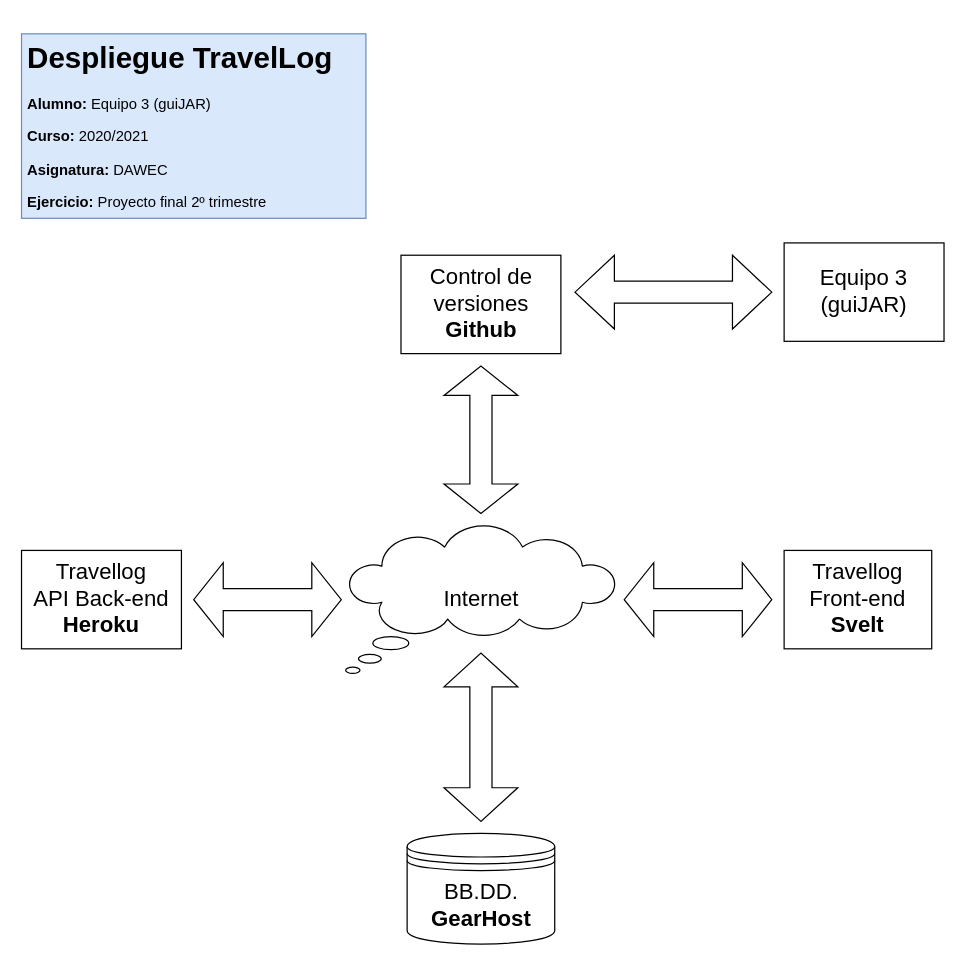
Above: doc/Despliegue.drawio in antonio-aguilar/Proyecto-DWEC (draw.io), before the change. Source tidied: cells renumbered, new cells numbered last; positions are measured from the earlier drawing's top-left corner, leaving out a move shared by most shapes. Both pictures are drawn from the tidied source at 123%, with x=0, y=0 at pixel (21, 33).
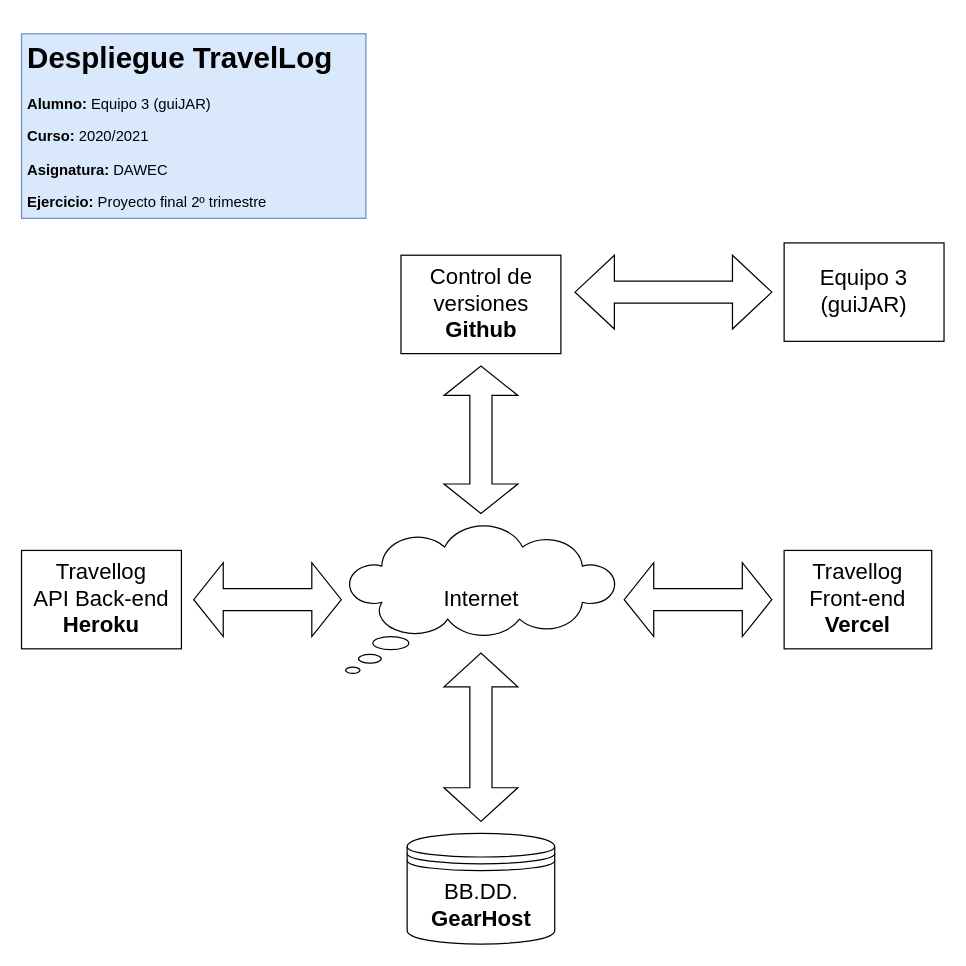
Above is the later version.

The edit, as a diff of the source:
```diff
@@
 <mxGraphModel>
   <root>
     <mxCell id="0" />
     <mxCell id="1" parent="0" />
     <mxCell id="2" value="&lt;h1&gt;Despliegue TravelLog&lt;/h1&gt;&lt;p&gt;&lt;b&gt;Alumno:&lt;/b&gt; Equipo 3 (guiJAR)&lt;/p&gt;&lt;p&gt;&lt;b&gt;Curso:&amp;nbsp;&lt;/b&gt;2020/2021&lt;/p&gt;&lt;p&gt;&lt;b&gt;Asignatura:&lt;/b&gt;&amp;nbsp;DAWEC&lt;/p&gt;&lt;p&gt;&lt;b&gt;Ejercicio:&lt;/b&gt;&amp;nbsp;Proyecto final 2º trimestre&lt;br&gt;&lt;br&gt;&lt;/p&gt;" style="text;html=1;strokeColor=#6c8ebf;fillColor=#dae8fc;spacing=5;spacingTop=-20;whiteSpace=wrap;overflow=hidden;rounded=0;" parent="1" vertex="1">
       <mxGeometry width="280" height="150" as="geometry" />
     </mxCell>
     <mxCell id="3" value="&lt;font style=&quot;font-size: 18px&quot;&gt;Internet&lt;/font&gt;" style="whiteSpace=wrap;html=1;shape=mxgraph.basic.cloud_callout;" parent="1" vertex="1">
       <mxGeometry x="263.5" y="400" width="220" height="120" as="geometry" />
     </mxCell>
     <mxCell id="4" value="&lt;font style=&quot;font-size: 18px&quot;&gt;BB.DD.&lt;br&gt;&lt;b&gt;GearHost&lt;/b&gt;&lt;/font&gt;" style="shape=datastore;whiteSpace=wrap;html=1;" parent="1" vertex="1">
       <mxGeometry x="313.5" y="650" width="120" height="90" as="geometry" />
     </mxCell>
     <mxCell id="5" value="&lt;font style=&quot;font-size: 18px&quot;&gt;Travellog&lt;br&gt;API Back-end&lt;br&gt;&lt;b&gt;Heroku&lt;/b&gt;&lt;/font&gt;" style="whiteSpace=wrap;html=1;align=center;newEdgeStyle={&quot;edgeStyle&quot;:&quot;elbowEdgeStyle&quot;,&quot;startArrow&quot;:&quot;none&quot;,&quot;endArrow&quot;:&quot;none&quot;};" parent="1" vertex="1">
       <mxGeometry y="420" width="130" height="80" as="geometry" />
     </mxCell>
     <mxCell id="6" style="shape=doubleArrow;direction=south;whiteSpace=wrap;html=1;rotation=90;" parent="1" vertex="1">
       <mxGeometry x="170" y="400" width="60" height="120" as="geometry" />
     </mxCell>
     <mxCell id="7" style="shape=doubleArrow;whiteSpace=wrap;html=1;rotation=-90;" parent="1" vertex="1">
       <mxGeometry x="305.1" y="541.9" width="136.8" height="60" as="geometry" />
     </mxCell>
     <mxCell id="8" style="shape=doubleArrow;direction=south;whiteSpace=wrap;html=1;rotation=90;" parent="1" vertex="1">
       <mxGeometry x="520" y="400" width="60" height="120" as="geometry" />
     </mxCell>
-    <mxCell id="9" value="&lt;font style=&quot;font-size: 18px&quot;&gt;Travellog&lt;br&gt;Front-end&lt;br&gt;&lt;b&gt;Svelt&lt;/b&gt;&lt;/font&gt;" style="whiteSpace=wrap;html=1;align=center;newEdgeStyle={&quot;edgeStyle&quot;:&quot;elbowEdgeStyle&quot;,&quot;startArrow&quot;:&quot;none&quot;,&quot;endArrow&quot;:&quot;none&quot;};" parent="1" vertex="1">
+    <mxCell id="9" value="&lt;font style=&quot;font-size: 18px&quot;&gt;Travellog&lt;br&gt;Front-end&lt;br&gt;&lt;b&gt;Vercel&lt;/b&gt;&lt;br&gt;&lt;/font&gt;" style="whiteSpace=wrap;html=1;align=center;newEdgeStyle={&quot;edgeStyle&quot;:&quot;elbowEdgeStyle&quot;,&quot;startArrow&quot;:&quot;none&quot;,&quot;endArrow&quot;:&quot;none&quot;};" parent="1" vertex="1">
       <mxGeometry x="620" y="420" width="120" height="80" as="geometry" />
     </mxCell>
     <mxCell id="10" style="shape=doubleArrow;direction=south;whiteSpace=wrap;html=1;rotation=-180;" parent="1" vertex="1">
       <mxGeometry x="343.5" y="270" width="60" height="120" as="geometry" />
     </mxCell>
     <mxCell id="11" value="&lt;span style=&quot;font-size: 18px&quot;&gt;Control de versiones&lt;br&gt;&lt;/span&gt;&lt;font style=&quot;font-size: 18px&quot;&gt;&lt;b&gt;Github&lt;/b&gt;&lt;/font&gt;" style="whiteSpace=wrap;html=1;align=center;newEdgeStyle={&quot;edgeStyle&quot;:&quot;elbowEdgeStyle&quot;,&quot;startArrow&quot;:&quot;none&quot;,&quot;endArrow&quot;:&quot;none&quot;};" parent="1" vertex="1">
       <mxGeometry x="308.5" y="180" width="130" height="80" as="geometry" />
     </mxCell>
     <mxCell id="12" style="shape=doubleArrow;direction=south;whiteSpace=wrap;html=1;rotation=90;" parent="1" vertex="1">
       <mxGeometry x="500" y="130" width="60" height="160" as="geometry" />
     </mxCell>
     <mxCell id="13" value="&lt;font style=&quot;font-size: 18px&quot;&gt;Equipo 3 (guiJAR)&lt;br&gt;&lt;/font&gt;" style="whiteSpace=wrap;html=1;align=center;newEdgeStyle={&quot;edgeStyle&quot;:&quot;elbowEdgeStyle&quot;,&quot;startArrow&quot;:&quot;none&quot;,&quot;endArrow&quot;:&quot;none&quot;};" parent="1" vertex="1">
       <mxGeometry x="620" y="170" width="130" height="80" as="geometry" />
     </mxCell>
   </root>
 </mxGraphModel>
```
